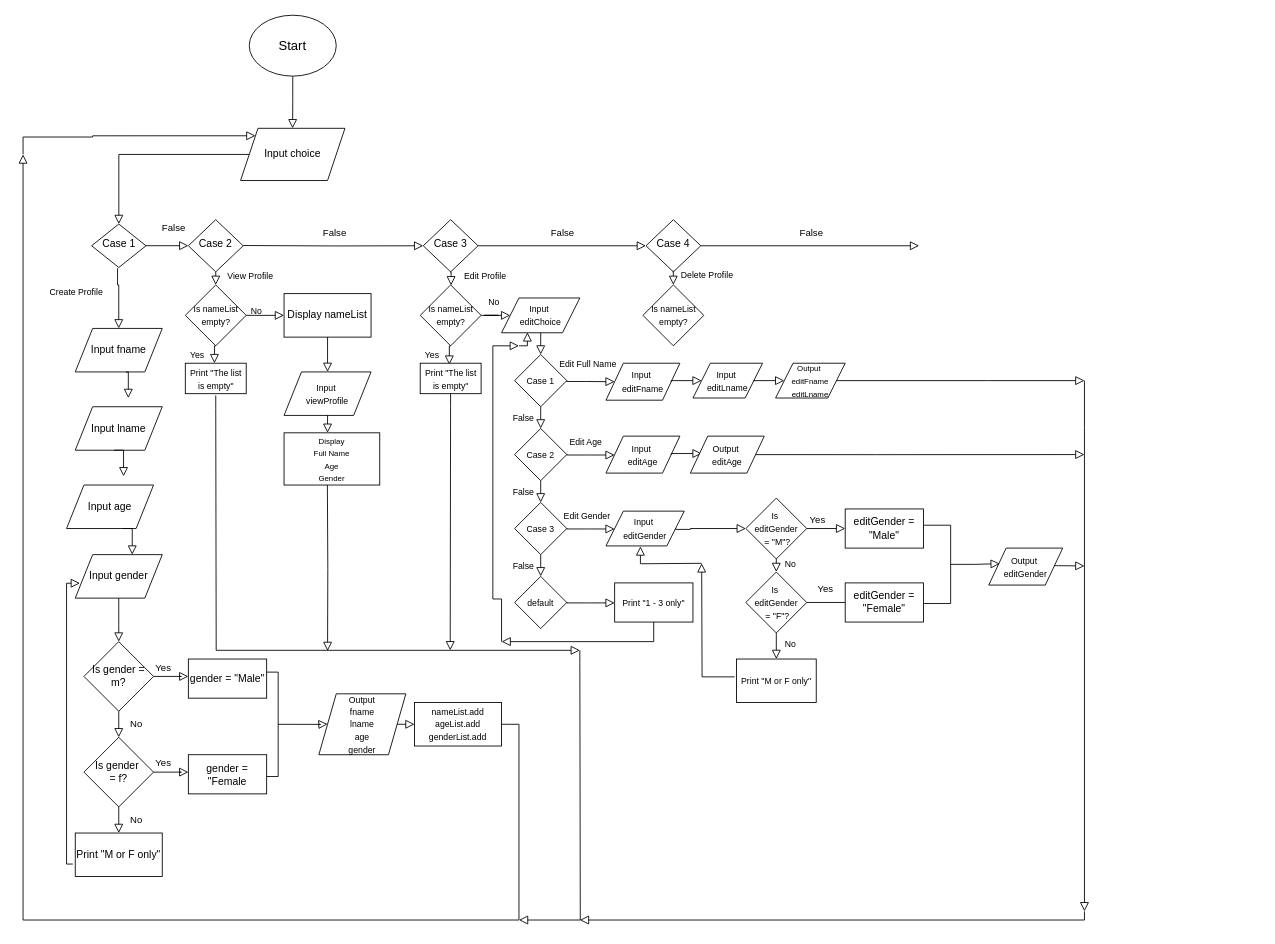
This is Untitled Diagram.drawio from Sens3iProgrammer/random_stuff, a draw.io file, before an edit. Source tidied: cells renumbered, new cells numbered last; positions are measured from the earlier drawing's top-left corner, leaving out a move shared by most shapes. Both pictures are drawn from the tidied source at 87%, with x=0, y=0 at pixel (23, 15).
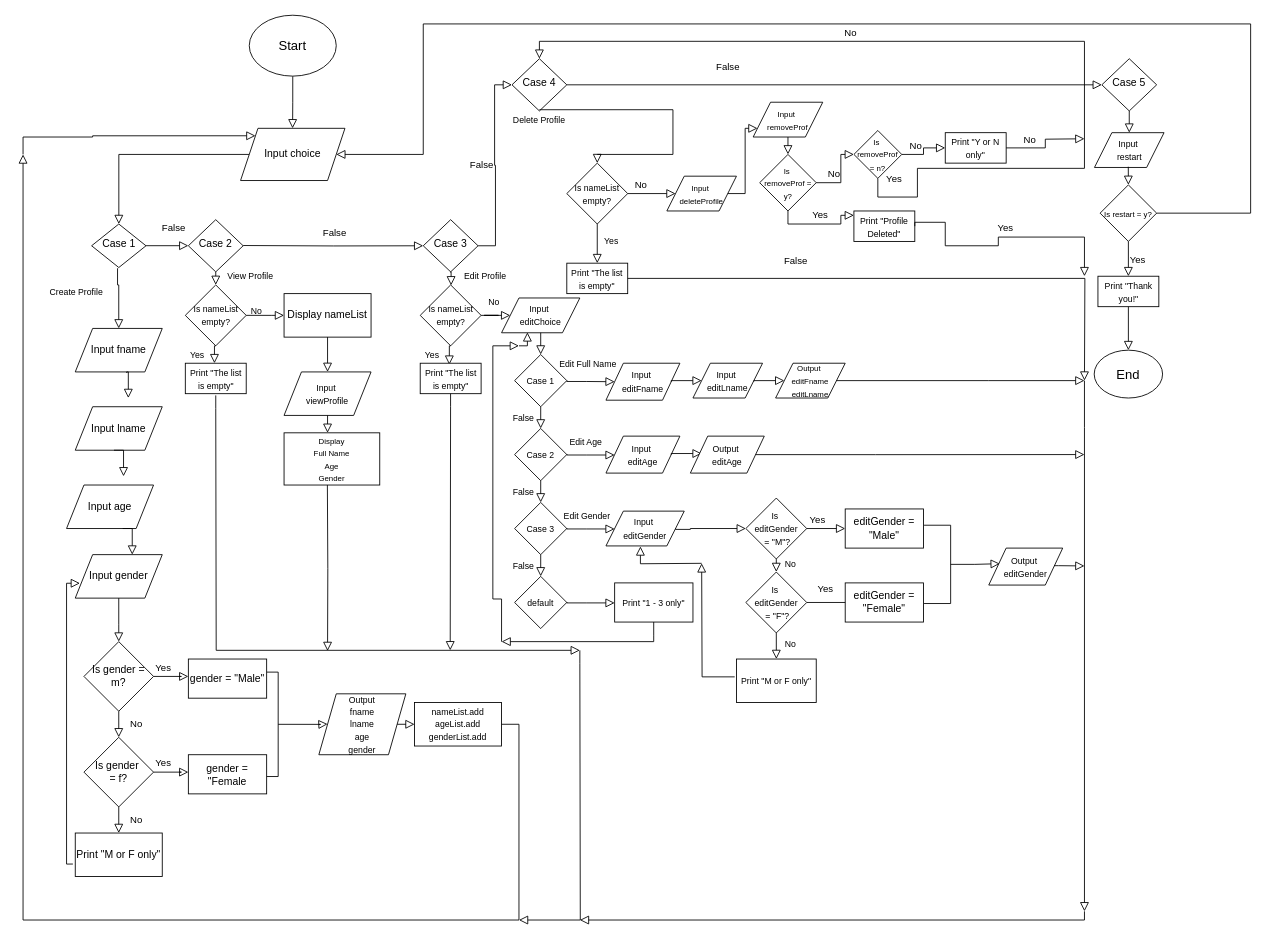
The same page after the edit.

Unchanged cells that the change refers to:
```xml
<mxCell id="7" value="Input choice" style="shape=parallelogram;perimeter=parallelogramPerimeter;whiteSpace=wrap;html=1;fixedSize=1;" parent="1" vertex="1">
  <mxGeometry x="250" y="130" width="120" height="60" as="geometry" />
</mxCell>
```

What changed in the source:
```diff
@@
     <mxCell id="102" value="Case 4" style="rhombus;whiteSpace=wrap;html=1;shadow=0;fontFamily=Helvetica;fontSize=12;align=center;strokeWidth=1;spacing=6;spacingTop=-4;" parent="1" vertex="1">
-      <mxGeometry x="716" y="235" width="63" height="60" as="geometry" />
+      <mxGeometry x="562" y="50" width="63" height="60" as="geometry" />
     </mxCell>
@@
-    <mxCell id="104" value="False" style="rounded=0;html=1;jettySize=auto;fontSize=11;endArrow=block;endFill=0;endSize=8;strokeWidth=1;shadow=0;labelBackgroundColor=none;edgeStyle=orthogonalEdgeStyle;exitX=1;exitY=0.5;exitDx=0;exitDy=0;" parent="1" edge="1" source="102">
-      <mxGeometry x="0.01" y="15" relative="1" as="geometry">
-        <mxPoint x="1030" y="265" as="targetPoint" />
-        <Array as="points">
-          <mxPoint x="870" y="265" />
-          <mxPoint x="870" y="265" />
-        </Array>
-      </mxGeometry>
+    <mxCell id="104" value="False" style="rounded=0;html=1;jettySize=auto;fontSize=11;endArrow=block;endFill=0;endSize=8;strokeWidth=1;shadow=0;labelBackgroundColor=none;edgeStyle=orthogonalEdgeStyle;exitX=1;exitY=0.5;exitDx=0;exitDy=0;entryX=0;entryY=0.5;entryDx=0;entryDy=0;" parent="1" edge="1" source="102" target="125">
+      <mxGeometry x="-0.4" y="20" relative="1" as="geometry" />
     </mxCell>
     <mxCell id="105" value="&lt;span style=&quot;font-size: 10px;&quot;&gt;Delete Profile&lt;/span&gt;" style="rounded=0;html=1;jettySize=auto;fontSize=11;endArrow=block;endFill=0;endSize=8;strokeWidth=1;shadow=0;labelBackgroundColor=none;edgeStyle=orthogonalEdgeStyle;exitX=0.499;exitY=0.977;exitDx=0;exitDy=0;exitPerimeter=0;entryX=0.5;entryY=0;entryDx=0;entryDy=0;" parent="1" edge="1" source="102" target="106">
-      <mxGeometry x="-0.33" y="39" relative="1" as="geometry">
+      <mxGeometry x="-1" y="-11" relative="1" as="geometry">
         <Array as="points">
-          <mxPoint x="747" y="295" />
-          <mxPoint x="748" y="295" />
+          <mxPoint x="747" y="109" />
+          <mxPoint x="747" y="160" />
         </Array>
       </mxGeometry>
     </mxCell>
     <mxCell id="106" value="&lt;span style=&quot;font-size: 10px;&quot;&gt;Is nameList empty?&lt;/span&gt;" style="rhombus;whiteSpace=wrap;html=1;" parent="1" vertex="1">
-      <mxGeometry x="712.5" y="310" width="70" height="70" as="geometry" />
+      <mxGeometry x="625" y="170" width="70" height="70" as="geometry" />
     </mxCell>
+    <mxCell id="107" value="No" style="rounded=0;html=1;jettySize=auto;fontSize=11;endArrow=block;endFill=0;endSize=8;strokeWidth=1;shadow=0;labelBackgroundColor=none;edgeStyle=orthogonalEdgeStyle;entryX=0;entryY=0.5;entryDx=0;entryDy=0;exitX=1;exitY=0.5;exitDx=0;exitDy=0;" parent="1" edge="1" source="106" target="111">
+      <mxGeometry x="-0.44" y="10" relative="1" as="geometry" />
+    </mxCell>
+    <mxCell id="108" value="&lt;font style=&quot;font-size: 10px;&quot;&gt;Yes&lt;/font&gt;" style="rounded=0;html=1;jettySize=auto;fontSize=11;endArrow=block;endFill=0;endSize=8;strokeWidth=1;shadow=0;labelBackgroundColor=none;edgeStyle=orthogonalEdgeStyle;exitX=0.5;exitY=1;exitDx=0;exitDy=0;entryX=0.5;entryY=0;entryDx=0;entryDy=0;" parent="1" edge="1" source="106" target="109">
+      <mxGeometry x="-0.14" y="16" relative="1" as="geometry" />
+    </mxCell>
+    <mxCell id="109" value="&lt;font style=&quot;font-size: 10px;&quot;&gt;Print &quot;The list is empty&quot;&lt;/font&gt;" style="rounded=0;whiteSpace=wrap;html=1;" parent="1" vertex="1">
+      <mxGeometry x="625" y="285" width="70" height="35" as="geometry" />
+    </mxCell>
+    <mxCell id="110" value="False" style="rounded=0;html=1;jettySize=auto;fontSize=11;endArrow=block;endFill=0;endSize=8;strokeWidth=1;shadow=0;labelBackgroundColor=none;edgeStyle=orthogonalEdgeStyle;exitX=1;exitY=0.5;exitDx=0;exitDy=0;" parent="1" edge="1" source="109">
+      <mxGeometry x="-0.4" y="20" relative="1" as="geometry">
+        <mxPoint x="1220" y="420" as="targetPoint" />
+      </mxGeometry>
+    </mxCell>
+    <mxCell id="111" value="&lt;font style=&quot;font-size: 9px;&quot;&gt;Input&amp;nbsp;&lt;/font&gt;&lt;div&gt;&lt;font style=&quot;font-size: 9px;&quot;&gt;deleteProfile&lt;/font&gt;&lt;/div&gt;" style="shape=parallelogram;perimeter=parallelogramPerimeter;whiteSpace=wrap;html=1;fixedSize=1;" parent="1" vertex="1">
+      <mxGeometry x="740" y="185" width="80" height="40" as="geometry" />
+    </mxCell>
+    <mxCell id="112" value="&lt;font style=&quot;font-size: 9px;&quot;&gt;Input&amp;nbsp;&lt;/font&gt;&lt;div&gt;&lt;font style=&quot;font-size: 9px;&quot;&gt;removeProf&lt;/font&gt;&lt;/div&gt;" style="shape=parallelogram;perimeter=parallelogramPerimeter;whiteSpace=wrap;html=1;fixedSize=1;" parent="1" vertex="1">
+      <mxGeometry x="839.2" y="100" width="80" height="40" as="geometry" />
+    </mxCell>
+    <mxCell id="113" style="rounded=0;html=1;jettySize=auto;fontSize=11;endArrow=block;endFill=0;endSize=8;strokeWidth=1;shadow=0;labelBackgroundColor=none;edgeStyle=orthogonalEdgeStyle;exitX=1;exitY=0.5;exitDx=0;exitDy=0;" parent="1" edge="1" source="111" target="112">
+      <mxGeometry x="-0.43" y="15" relative="1" as="geometry">
+        <Array as="points">
+          <mxPoint x="830" y="205" />
+          <mxPoint x="830" y="130" />
+        </Array>
+      </mxGeometry>
+    </mxCell>
+    <mxCell id="114" value="&lt;font style=&quot;font-size: 9px;&quot;&gt;Is&amp;nbsp;&lt;/font&gt;&lt;div&gt;&lt;font style=&quot;font-size: 9px;&quot;&gt;removeProf = y?&lt;/font&gt;&lt;/div&gt;" style="rhombus;whiteSpace=wrap;html=1;" parent="1" vertex="1">
+      <mxGeometry x="846.7" y="160" width="65" height="65" as="geometry" />
+    </mxCell>
+    <mxCell id="115" style="rounded=0;html=1;jettySize=auto;fontSize=11;endArrow=block;endFill=0;endSize=8;strokeWidth=1;shadow=0;labelBackgroundColor=none;edgeStyle=orthogonalEdgeStyle;entryX=0.5;entryY=0;entryDx=0;entryDy=0;exitX=0.5;exitY=1;exitDx=0;exitDy=0;" parent="1" edge="1" source="112" target="114">
+      <mxGeometry x="-0.43" y="15" relative="1" as="geometry">
+        <Array as="points">
+          <mxPoint x="879" y="150" />
+        </Array>
+      </mxGeometry>
+    </mxCell>
+    <mxCell id="116" value="No" style="rounded=0;html=1;jettySize=auto;fontSize=11;endArrow=block;endFill=0;endSize=8;strokeWidth=1;shadow=0;labelBackgroundColor=none;edgeStyle=orthogonalEdgeStyle;exitX=1;exitY=0.5;exitDx=0;exitDy=0;entryX=0;entryY=0.5;entryDx=0;entryDy=0;" parent="1" edge="1" source="114" target="120">
+      <mxGeometry x="-0.46" y="10" relative="1" as="geometry">
+        <Array as="points">
+          <mxPoint x="940" y="193" />
+          <mxPoint x="940" y="160" />
+        </Array>
+      </mxGeometry>
+    </mxCell>
+    <mxCell id="117" value="Yes" style="rounded=0;html=1;jettySize=auto;fontSize=11;endArrow=block;endFill=0;endSize=8;strokeWidth=1;shadow=0;labelBackgroundColor=none;edgeStyle=orthogonalEdgeStyle;exitX=0.5;exitY=1;exitDx=0;exitDy=0;" parent="1" edge="1" source="114" target="118">
+      <mxGeometry x="0.03" y="10" relative="1" as="geometry">
+        <Array as="points">
+          <mxPoint x="879" y="240" />
+          <mxPoint x="940" y="240" />
+          <mxPoint x="940" y="230" />
+        </Array>
+      </mxGeometry>
+    </mxCell>
+    <mxCell id="118" value="&lt;font style=&quot;font-size: 10px;&quot;&gt;Print &quot;Profile Deleted&quot;&lt;/font&gt;" style="rounded=0;whiteSpace=wrap;html=1;" parent="1" vertex="1">
+      <mxGeometry x="955" y="225" width="70" height="35" as="geometry" />
+    </mxCell>
+    <mxCell id="119" value="Yes" style="rounded=0;html=1;jettySize=auto;fontSize=11;endArrow=block;endFill=0;endSize=8;strokeWidth=1;shadow=0;labelBackgroundColor=none;edgeStyle=orthogonalEdgeStyle;exitX=1;exitY=0.5;exitDx=0;exitDy=0;" parent="1" edge="1" source="118">
+      <mxGeometry x="0.03" y="10" relative="1" as="geometry">
+        <mxPoint x="1220" y="300" as="targetPoint" />
+        <Array as="points">
+          <mxPoint x="1060" y="238" />
+          <mxPoint x="1060" y="265" />
+          <mxPoint x="1121" y="265" />
+          <mxPoint x="1121" y="255" />
+        </Array>
+      </mxGeometry>
+    </mxCell>
+    <mxCell id="120" value="&lt;font style=&quot;font-size: 9px;&quot;&gt;Is&amp;nbsp;&lt;/font&gt;&lt;div&gt;&lt;font style=&quot;font-size: 9px;&quot;&gt;removeProf = n?&lt;/font&gt;&lt;/div&gt;" style="rhombus;whiteSpace=wrap;html=1;" parent="1" vertex="1">
+      <mxGeometry x="955" y="132.5" width="55" height="55" as="geometry" />
+    </mxCell>
+    <mxCell id="121" value="No" style="rounded=0;html=1;jettySize=auto;fontSize=11;endArrow=block;endFill=0;endSize=8;strokeWidth=1;shadow=0;labelBackgroundColor=none;edgeStyle=orthogonalEdgeStyle;exitX=1;exitY=0.5;exitDx=0;exitDy=0;entryX=0;entryY=0.5;entryDx=0;entryDy=0;" parent="1" edge="1" source="120" target="123">
+      <mxGeometry x="-0.46" y="10" relative="1" as="geometry" />
+    </mxCell>
+    <mxCell id="122" value="Yes" style="rounded=0;html=1;jettySize=auto;fontSize=11;endArrow=block;endFill=0;endSize=8;strokeWidth=1;shadow=0;labelBackgroundColor=none;edgeStyle=orthogonalEdgeStyle;exitX=0.5;exitY=1;exitDx=0;exitDy=0;entryX=0.5;entryY=0;entryDx=0;entryDy=0;" parent="1" edge="1" source="120" target="102">
+      <mxGeometry x="-1" y="18" relative="1" as="geometry">
+        <Array as="points">
+          <mxPoint x="983" y="209" />
+          <mxPoint x="1028" y="209" />
+          <mxPoint x="1028" y="176" />
+          <mxPoint x="1220" y="176" />
+          <mxPoint x="1220" y="30" />
+          <mxPoint x="594" y="30" />
+        </Array>
+      </mxGeometry>
+    </mxCell>
+    <mxCell id="123" value="&lt;font style=&quot;font-size: 10px;&quot;&gt;Print &quot;Y or N only&quot;&lt;/font&gt;" style="rounded=0;whiteSpace=wrap;html=1;" parent="1" vertex="1">
+      <mxGeometry x="1060" y="135" width="70" height="35" as="geometry" />
+    </mxCell>
+    <mxCell id="124" value="No" style="rounded=0;html=1;jettySize=auto;fontSize=11;endArrow=block;endFill=0;endSize=8;strokeWidth=1;shadow=0;labelBackgroundColor=none;edgeStyle=orthogonalEdgeStyle;exitX=1;exitY=0.5;exitDx=0;exitDy=0;" parent="1" edge="1" source="123">
+      <mxGeometry x="-0.46" y="10" relative="1" as="geometry">
+        <mxPoint x="1220" y="142" as="targetPoint" />
+      </mxGeometry>
+    </mxCell>
+    <mxCell id="125" value="Case 5" style="rhombus;whiteSpace=wrap;html=1;shadow=0;fontFamily=Helvetica;fontSize=12;align=center;strokeWidth=1;spacing=6;spacingTop=-4;" parent="1" vertex="1">
+      <mxGeometry x="1240" y="50" width="63" height="60" as="geometry" />
+    </mxCell>
+    <mxCell id="126" value="&lt;font style=&quot;font-size: 10px;&quot;&gt;Input&amp;nbsp;&lt;/font&gt;&lt;div&gt;&lt;font style=&quot;font-size: 10px;&quot;&gt;restart&lt;/font&gt;&lt;/div&gt;" style="shape=parallelogram;perimeter=parallelogramPerimeter;whiteSpace=wrap;html=1;fixedSize=1;" parent="1" vertex="1">
+      <mxGeometry x="1231.5" y="135" width="80" height="40" as="geometry" />
+    </mxCell>
+    <mxCell id="127" style="rounded=0;html=1;jettySize=auto;fontSize=11;endArrow=block;endFill=0;endSize=8;strokeWidth=1;shadow=0;labelBackgroundColor=none;edgeStyle=orthogonalEdgeStyle;exitX=0.5;exitY=1;exitDx=0;exitDy=0;entryX=0.5;entryY=0;entryDx=0;entryDy=0;" parent="1" edge="1" source="125" target="126">
+      <mxGeometry x="-0.46" y="10" relative="1" as="geometry" />
+    </mxCell>
+    <mxCell id="128" value="&lt;font style=&quot;font-size: 9px;&quot;&gt;Is&amp;nbsp;&lt;/font&gt;&lt;span style=&quot;font-size: 9px; background-color: initial;&quot;&gt;restart = y?&lt;/span&gt;" style="rhombus;whiteSpace=wrap;html=1;" parent="1" vertex="1">
+      <mxGeometry x="1238" y="195" width="65" height="65" as="geometry" />
+    </mxCell>
+    <mxCell id="129" style="rounded=0;html=1;jettySize=auto;fontSize=11;endArrow=block;endFill=0;endSize=8;strokeWidth=1;shadow=0;labelBackgroundColor=none;edgeStyle=orthogonalEdgeStyle;exitX=0.486;exitY=0.98;exitDx=0;exitDy=0;entryX=0.5;entryY=0;entryDx=0;entryDy=0;exitPerimeter=0;" parent="1" edge="1" source="126" target="128">
+      <mxGeometry x="-0.46" y="10" relative="1" as="geometry" />
+    </mxCell>
+    <mxCell id="130" value="Yes" style="rounded=0;html=1;jettySize=auto;fontSize=11;endArrow=block;endFill=0;endSize=8;strokeWidth=1;shadow=0;labelBackgroundColor=none;edgeStyle=orthogonalEdgeStyle;exitX=0.5;exitY=1;exitDx=0;exitDy=0;entryX=0.5;entryY=0;entryDx=0;entryDy=0;" parent="1" edge="1" source="128" target="131">
+      <mxGeometry x="0.03" y="10" relative="1" as="geometry" />
+    </mxCell>
+    <mxCell id="131" value="&lt;font style=&quot;font-size: 10px;&quot;&gt;Print &quot;Thank you!&quot;&lt;/font&gt;" style="rounded=0;whiteSpace=wrap;html=1;" parent="1" vertex="1">
+      <mxGeometry x="1235.5" y="300" width="70" height="35" as="geometry" />
+    </mxCell>
+    <mxCell id="132" style="rounded=0;html=1;jettySize=auto;fontSize=11;endArrow=block;endFill=0;endSize=8;strokeWidth=1;shadow=0;labelBackgroundColor=none;edgeStyle=orthogonalEdgeStyle;exitX=0.5;exitY=1;exitDx=0;exitDy=0;entryX=0.5;entryY=0;entryDx=0;entryDy=0;" parent="1" edge="1" source="131" target="133">
+      <mxGeometry x="0.03" y="10" relative="1" as="geometry" />
+    </mxCell>
+    <mxCell id="133" value="&lt;font style=&quot;font-size: 15px;&quot;&gt;End&lt;/font&gt;" style="ellipse;whiteSpace=wrap;html=1;" parent="1" vertex="1">
+      <mxGeometry x="1231.2" y="385" width="78.6" height="55" as="geometry" />
+    </mxCell>
+    <mxCell id="134" value="No" style="rounded=0;html=1;jettySize=auto;fontSize=11;endArrow=block;endFill=0;endSize=8;strokeWidth=1;shadow=0;labelBackgroundColor=none;edgeStyle=orthogonalEdgeStyle;exitX=1;exitY=0.5;exitDx=0;exitDy=0;entryX=1;entryY=0.5;entryDx=0;entryDy=0;" parent="1" edge="1" source="128" target="7">
+      <mxGeometry x="0.03" y="10" relative="1" as="geometry">
+        <Array as="points">
+          <mxPoint x="1411" y="228" />
+          <mxPoint x="1411" y="10" />
+          <mxPoint x="460" y="10" />
+          <mxPoint x="460" y="160" />
+        </Array>
+      </mxGeometry>
+    </mxCell>
```
